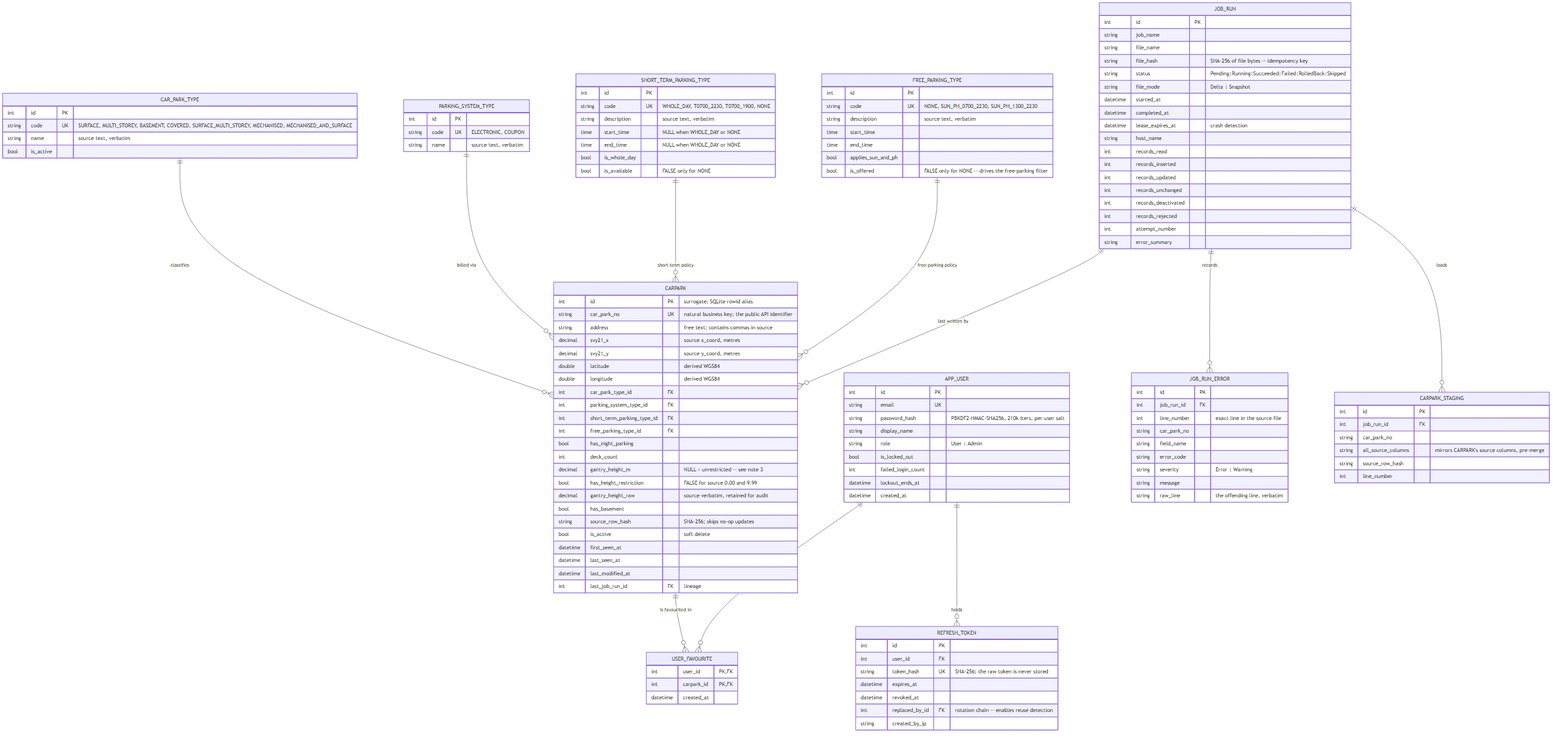
Earlier version of the Mermaid export docs/diagrams/00-full.png (Jerald13/carpark-info-assignment). Its source is kept beside it as docs/diagrams/00-full.mmd.
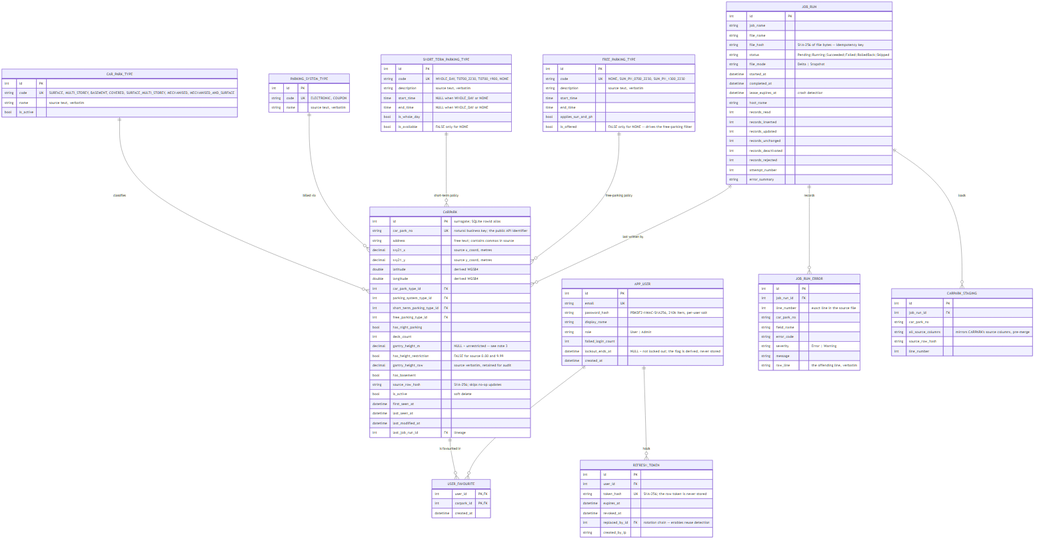
Later version of the same file.

Commit message:
docs(er): correct three inaccuracies found by profiling the real database

The edit, as a diff of the source:
```diff
@@ -75,9 +75,8 @@
         string   password_hash              "PBKDF2-HMAC-SHA256, 210k iters, per-user salt"
         string   display_name
         string   role                       "User | Admin"
-        bool     is_locked_out
         int      failed_login_count
-        datetime lockout_ends_at
+        datetime lockout_ends_at         "NULL = not locked out; the flag is derived, never stored"
         datetime created_at
     }
 
```
